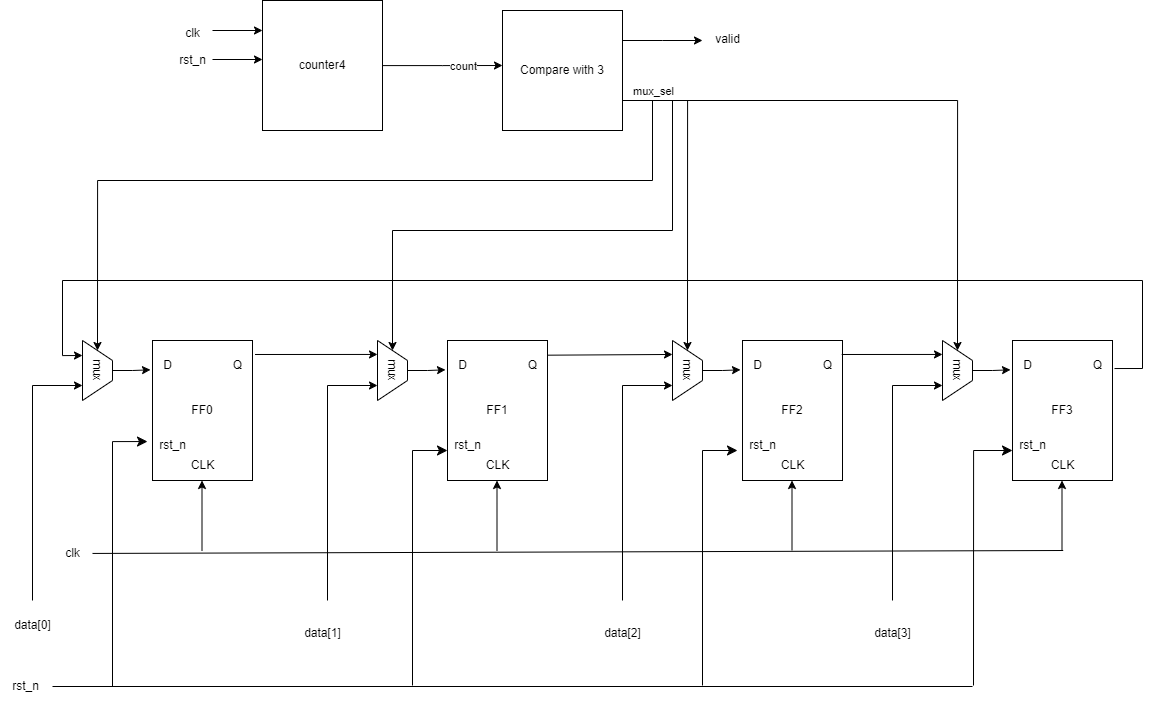
Before: digital_circuit/parallel2serial.png, a diagram exported from draw.io (rong-hash/chipgptv_img). Source tidied: cells renumbered, new cells last; positions are measured from the earlier drawing's top-left corner, leaving out a move shared by most shapes.
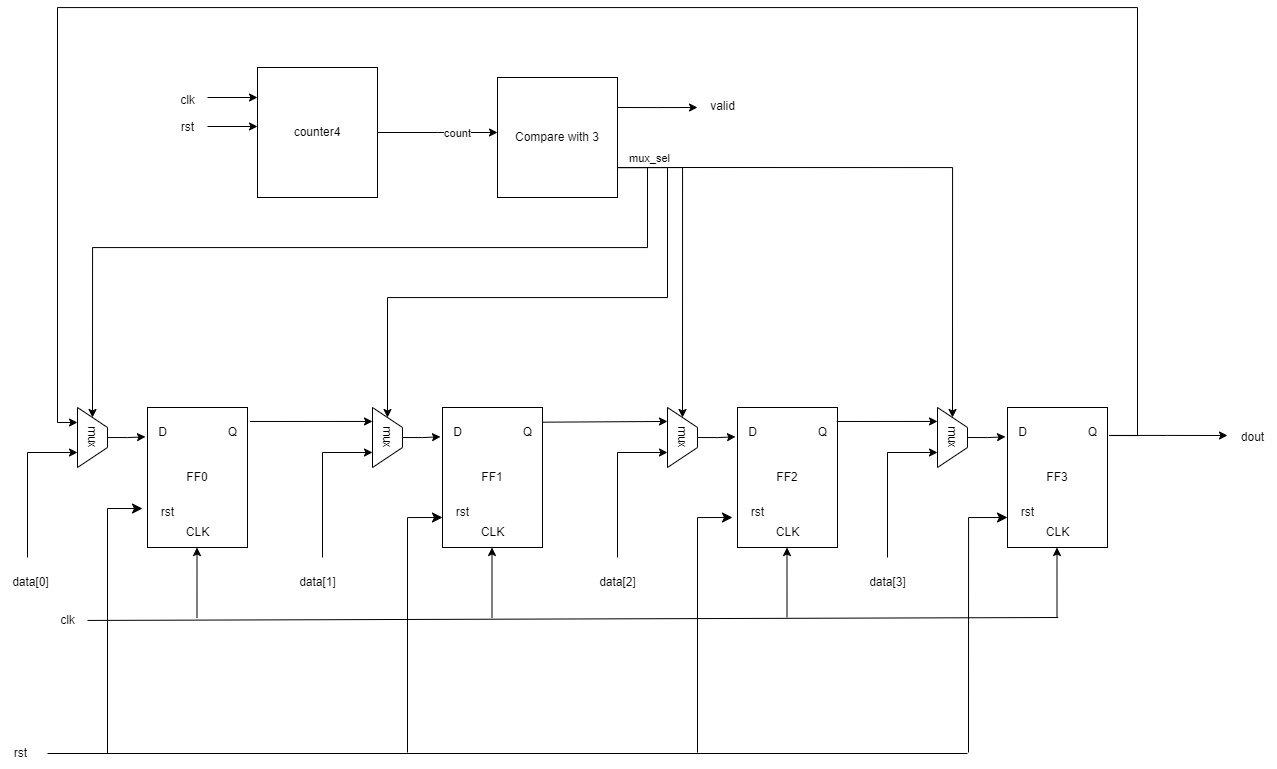
After the commit.

The edit, as a diff of the source:
```diff
@@ -26,12 +26,12 @@
         <mxPoint x="201.5" y="480" as="targetPoint" />
       </mxGeometry>
     </mxCell>
-    <mxCell id="9" value="rst_n" style="text;html=1;align=center;verticalAlign=middle;strokeColor=none;fillColor=none;" parent="1" vertex="1">
-      <mxGeometry x="147" y="430" width="50" height="30" as="geometry" />
+    <mxCell id="9" value="rst" style="text;html=1;align=center;verticalAlign=middle;strokeColor=none;fillColor=none;" parent="1" vertex="1">
+      <mxGeometry x="152" y="430" width="40" height="30" as="geometry" />
     </mxCell>
     <mxCell id="10" style="edgeStyle=none;orthogonalLoop=1;jettySize=auto;html=1;rounded=0;" parent="1" edge="1">
       <mxGeometry relative="1" as="geometry">
-        <mxPoint x="32" y="600" as="sourcePoint" />
+        <mxPoint x="32" y="490" as="sourcePoint" />
         <mxPoint x="82" y="385" as="targetPoint" />
         <Array as="points">
           <mxPoint x="32" y="385" />
@@ -62,12 +62,12 @@
         <mxPoint x="496.5" y="480" as="targetPoint" />
       </mxGeometry>
     </mxCell>
-    <mxCell id="18" value="rst_n" style="text;html=1;align=center;verticalAlign=middle;strokeColor=none;fillColor=none;" parent="1" vertex="1">
-      <mxGeometry x="442" y="430" width="50" height="30" as="geometry" />
+    <mxCell id="18" value="rst" style="text;html=1;align=center;verticalAlign=middle;strokeColor=none;fillColor=none;" parent="1" vertex="1">
+      <mxGeometry x="447" y="430" width="40" height="30" as="geometry" />
     </mxCell>
     <mxCell id="19" style="edgeStyle=none;orthogonalLoop=1;jettySize=auto;html=1;rounded=0;" parent="1" edge="1">
       <mxGeometry relative="1" as="geometry">
-        <mxPoint x="327" y="600" as="sourcePoint" />
+        <mxPoint x="327" y="490" as="sourcePoint" />
         <mxPoint x="377" y="385" as="targetPoint" />
         <Array as="points">
           <mxPoint x="327" y="385" />
@@ -103,12 +103,12 @@
         <mxPoint x="791.5" y="480" as="targetPoint" />
       </mxGeometry>
     </mxCell>
-    <mxCell id="28" value="rst_n" style="text;html=1;align=center;verticalAlign=middle;strokeColor=none;fillColor=none;" parent="1" vertex="1">
-      <mxGeometry x="737" y="430" width="50" height="30" as="geometry" />
+    <mxCell id="28" value="rst" style="text;html=1;align=center;verticalAlign=middle;strokeColor=none;fillColor=none;" parent="1" vertex="1">
+      <mxGeometry x="742" y="430" width="40" height="30" as="geometry" />
     </mxCell>
     <mxCell id="29" style="edgeStyle=none;orthogonalLoop=1;jettySize=auto;html=1;rounded=0;" parent="1" edge="1">
       <mxGeometry relative="1" as="geometry">
-        <mxPoint x="622" y="600" as="sourcePoint" />
+        <mxPoint x="622" y="490" as="sourcePoint" />
         <mxPoint x="672" y="385" as="targetPoint" />
         <Array as="points">
           <mxPoint x="622" y="385" />
@@ -120,6 +120,11 @@
         <mxPoint x="672" y="353.9" as="targetPoint" />
       </mxGeometry>
     </mxCell>
+    <mxCell id="69" style="edgeStyle=orthogonalEdgeStyle;rounded=0;jettySize=auto;html=1;exitX=1.048;exitY=0.598;exitDx=0;exitDy=0;exitPerimeter=0;" parent="1" edge="1" source="34">
+      <mxGeometry relative="1" as="geometry">
+        <mxPoint x="1232" y="368" as="targetPoint" />
+      </mxGeometry>
+    </mxCell>
     <mxCell id="31" value="FF3" style="rounded=0;whiteSpace=wrap;html=1;" parent="1" vertex="1">
       <mxGeometry x="1012" y="340" width="100" height="140" as="geometry" />
     </mxCell>
@@ -130,8 +135,8 @@
       <mxGeometry relative="1" as="geometry">
         <Array as="points">
           <mxPoint x="1142" y="368" />
-          <mxPoint x="1142" y="280" />
-          <mxPoint x="62" y="280" />
+          <mxPoint x="1142" y="-60" />
+          <mxPoint x="62" y="-60" />
           <mxPoint x="62" y="355" />
         </Array>
       </mxGeometry>
@@ -154,12 +159,12 @@
         <mxPoint x="1061.5" y="480" as="targetPoint" />
       </mxGeometry>
     </mxCell>
-    <mxCell id="39" value="rst_n" style="text;html=1;align=center;verticalAlign=middle;strokeColor=none;fillColor=none;" parent="1" vertex="1">
-      <mxGeometry x="1007" y="430" width="50" height="30" as="geometry" />
+    <mxCell id="39" value="rst" style="text;html=1;align=center;verticalAlign=middle;strokeColor=none;fillColor=none;" parent="1" vertex="1">
+      <mxGeometry x="1012" y="430" width="40" height="30" as="geometry" />
     </mxCell>
     <mxCell id="40" style="edgeStyle=none;orthogonalLoop=1;jettySize=auto;html=1;rounded=0;" parent="1" edge="1">
       <mxGeometry relative="1" as="geometry">
-        <mxPoint x="892" y="600" as="sourcePoint" />
+        <mxPoint x="892" y="490" as="sourcePoint" />
         <mxPoint x="942" y="385" as="targetPoint" />
         <Array as="points">
           <mxPoint x="892" y="385" />
@@ -172,16 +177,16 @@
       </mxGeometry>
     </mxCell>
     <mxCell id="42" value="data[3]" style="text;html=1;align=center;verticalAlign=middle;strokeColor=none;fillColor=none;" parent="1" vertex="1">
-      <mxGeometry x="862" y="618" width="60" height="30" as="geometry" />
+      <mxGeometry x="862" y="500" width="60" height="30" as="geometry" />
     </mxCell>
     <mxCell id="43" value="data[2]" style="text;html=1;align=center;verticalAlign=middle;strokeColor=none;fillColor=none;" parent="1" vertex="1">
-      <mxGeometry x="592" y="618" width="60" height="30" as="geometry" />
+      <mxGeometry x="592" y="500" width="60" height="30" as="geometry" />
     </mxCell>
     <mxCell id="44" value="data[1]" style="text;html=1;align=center;verticalAlign=middle;strokeColor=none;fillColor=none;" parent="1" vertex="1">
-      <mxGeometry x="292" y="618" width="60" height="30" as="geometry" />
+      <mxGeometry x="292" y="500" width="60" height="30" as="geometry" />
     </mxCell>
     <mxCell id="45" value="data[0]" style="text;html=1;align=center;verticalAlign=middle;strokeColor=none;fillColor=none;" parent="1" vertex="1">
-      <mxGeometry x="2" y="610" width="60" height="30" as="geometry" />
+      <mxGeometry x="5" y="500" width="60" height="30" as="geometry" />
     </mxCell>
     <mxCell id="46" style="endArrow=none;html=1;rounded=0;" parent="1" edge="1" source="47">
       <mxGeometry relative="1" as="geometry">
@@ -233,8 +238,8 @@
         <mxPoint x="972" y="686" as="targetPoint" />
       </mxGeometry>
     </mxCell>
-    <mxCell id="53" value="rst_n" style="text;html=1;align=center;verticalAlign=middle;strokeColor=none;fillColor=none;" parent="1" vertex="1">
-      <mxGeometry y="671" width="50" height="30" as="geometry" />
+    <mxCell id="53" value="rst" style="text;html=1;align=center;verticalAlign=middle;strokeColor=none;fillColor=none;" parent="1" vertex="1">
+      <mxGeometry x="5" y="671" width="40" height="30" as="geometry" />
     </mxCell>
     <mxCell id="54" style="edgeStyle=orthogonalEdgeStyle;rounded=0;jettySize=auto;html=1;" parent="1" edge="1" source="56">
       <mxGeometry relative="1" as="geometry">
@@ -256,8 +261,8 @@
     <mxCell id="58" value="clk" style="text;html=1;align=center;verticalAlign=middle;strokeColor=none;fillColor=none;" parent="1" vertex="1">
       <mxGeometry x="172" y="18" width="40" height="30" as="geometry" />
     </mxCell>
-    <mxCell id="59" value="rst_n" style="text;html=1;align=center;verticalAlign=middle;strokeColor=none;fillColor=none;" parent="1" vertex="1">
-      <mxGeometry x="167" y="45" width="50" height="30" as="geometry" />
+    <mxCell id="59" value="rst" style="text;html=1;align=center;verticalAlign=middle;strokeColor=none;fillColor=none;" parent="1" vertex="1">
+      <mxGeometry x="172" y="45" width="40" height="30" as="geometry" />
     </mxCell>
     <mxCell id="60" style="edgeStyle=none;orthogonalLoop=1;jettySize=auto;html=1;rounded=0;" parent="1" edge="1">
       <mxGeometry relative="1" as="geometry">
@@ -309,5 +314,8 @@
     <mxCell id="68" value="valid" style="text;html=1;align=center;verticalAlign=middle;strokeColor=none;fillColor=none;" parent="1" vertex="1">
       <mxGeometry x="702" y="24" width="50" height="30" as="geometry" />
     </mxCell>
+    <mxCell id="70" value="dout" style="text;html=1;align=center;verticalAlign=middle;strokeColor=none;fillColor=none;" parent="1" vertex="1">
+      <mxGeometry x="1232" y="355" width="50" height="30" as="geometry" />
+    </mxCell>
   </root>
 </mxGraphModel>
```
